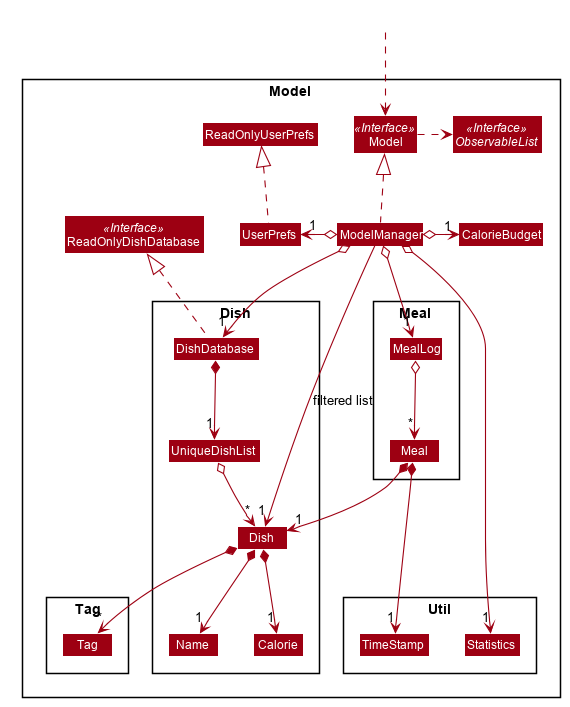
Earlier version of the PlantUML export docs/images/ModelClassDiagram.png (nus-cs2103-AY1920S1/addressbook-level3).
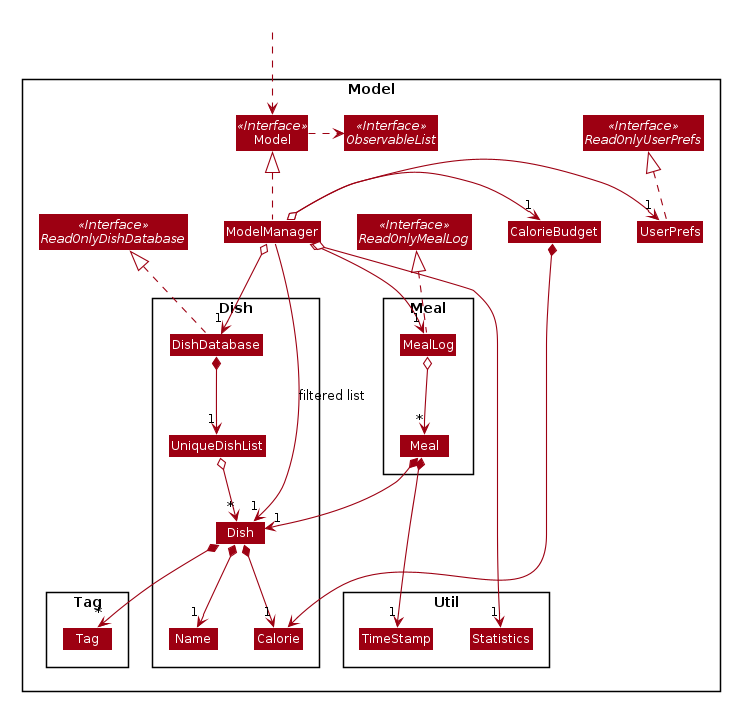
Later version of the same file.

Diff of the diagram source:
```diff
@@ -1,4 +1,11 @@
 @startuml
+
+
+
+
+
+
+
 
 
 
@@ -53,13 +60,13 @@
 
 Package Model <<Rectangle>>{
 Interface ReadOnlyDishDatabase <<Interface>>
+Interface ReadOnlyUserPrefs <<Interface>>
+Interface ReadOnlyMealLog <<Interface>>
 Interface Model <<Interface>>
 Interface ObservableList <<Interface>>
-Class ReadOnlyDishDatabase
 Class Model
 Class ModelManager
 Class UserPrefs
-Class ReadOnlyUserPrefs
 Class CalorieBudget
 
 Package Dish {
@@ -95,10 +102,11 @@
 Model .right.> ObservableList
 ModelManager o--> "1" DishDatabase
 ModelManager o--> "1" MealLog
-ModelManager o-left-> "1" UserPrefs
+ModelManager o-right-> "1" UserPrefs
 ModelManager o-right-> "1" CalorieBudget
 ModelManager o--> "1" Statistics
 UserPrefs .up.|> ReadOnlyUserPrefs
+MealLog .up.|> ReadOnlyMealLog
 
 DishDatabase *--> "1" UniqueDishList
 UniqueDishList o--> "*" Dish
@@ -111,8 +119,10 @@
 
 Name -[hidden]right-> Calorie
 Calorie -[hidden]right-> Tag
-DishDatabase -[hidden]right-> MealLog
+DishDatabase -[hidden]left-> MealLog
 Tag -[hidden]right-> TimeStamp
 
 ModelManager -->"1" Dish : filtered list
+
+CalorieBudget *--> Calorie
 @enduml
```
